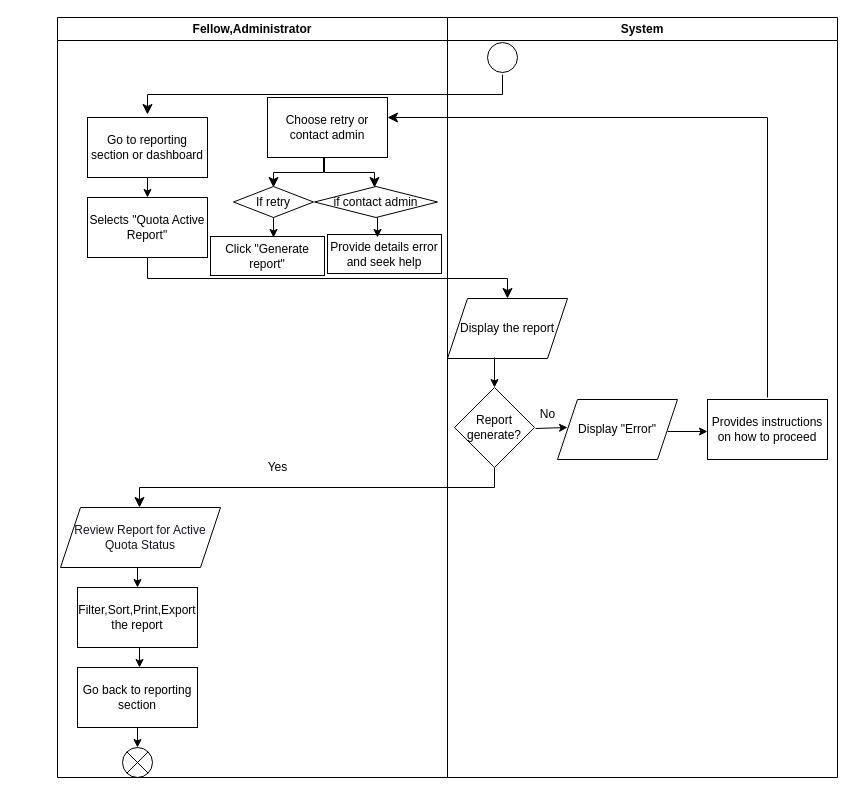
The draw.io diagram project/drawio/stakeholder/activity diagram/uc10.drawio in drshahizan/software-engineering, before the edit. Source tidied: cells renumbered, new cells numbered last; positions are measured from the earlier drawing's top-left corner, leaving out a move shared by most shapes. Both pictures are drawn from the tidied source at 100%, with x=0, y=0 at pixel (57, 17).
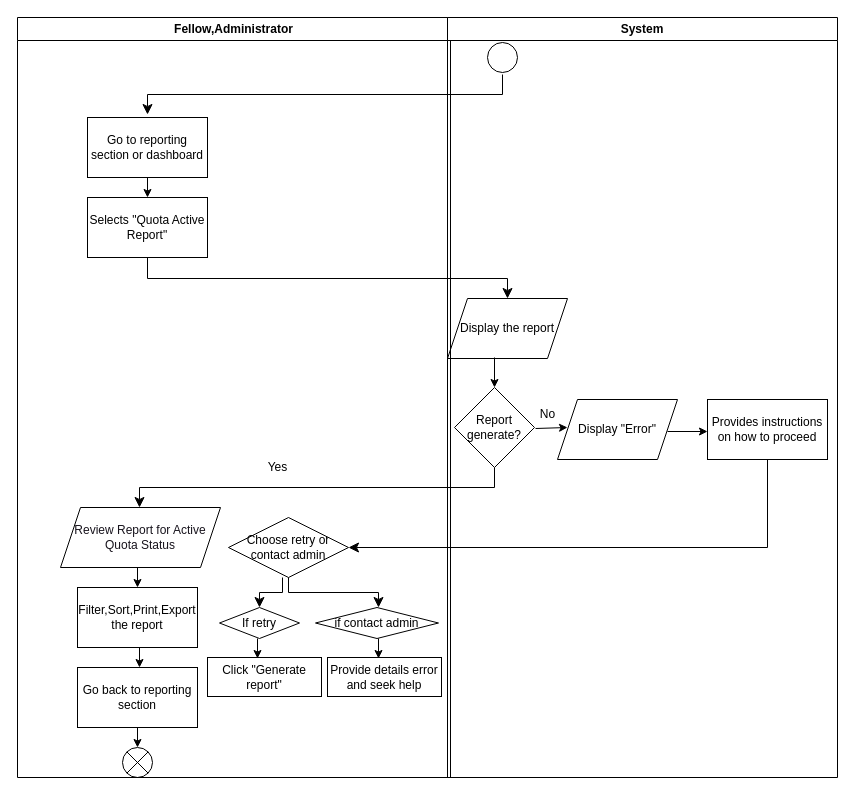
After the change.

Unchanged cells that the change refers to:
```xml
<mxCell id="24" value="Provides instructions on how to proceed" style="rounded=0;whiteSpace=wrap;html=1;" parent="1" vertex="1">
  <mxGeometry x="650" y="382" width="120" height="60" as="geometry" />
</mxCell>
```

Change to the diagram source:
```diff
@@
-    <mxCell id="25" style="edgeStyle=elbowEdgeStyle;elbow=vertical;endArrow=classic;html=1;curved=0;rounded=0;endSize=8;startSize=8;" parent="1" edge="1">
-      <mxGeometry relative="1" as="geometry">
-        <mxPoint x="710" y="380" as="sourcePoint" />
-        <mxPoint x="330" y="100" as="targetPoint" />
-        <Array as="points">
-          <mxPoint x="520" y="100" />
-        </Array>
-      </mxGeometry>
-    </mxCell>
+    <mxCell id="35" value="Fellow,Administrator" style="swimlane;whiteSpace=wrap;html=1;" parent="1" vertex="1">
+      <mxGeometry x="-40" width="433" height="760" as="geometry" />
+    </mxCell>
-    <mxCell id="26" value="Choose retry or contact admin" style="rounded=0;whiteSpace=wrap;html=1;" parent="1" vertex="1">
-      <mxGeometry x="210" y="80" width="120" height="60" as="geometry" />
+    <mxCell id="26" value="Choose retry or contact admin" style="rhombus;whiteSpace=wrap;html=1;fontFamily=Helvetica;fontSize=12;fontColor=default;align=center;strokeColor=default;fillColor=default;" parent="35" vertex="1">
+      <mxGeometry x="211" y="500" width="120" height="60" as="geometry" />
     </mxCell>
-    <mxCell id="27" style="edgeStyle=elbowEdgeStyle;elbow=vertical;endArrow=classic;html=1;curved=0;rounded=0;endSize=8;startSize=8;" parent="1" edge="1">
+    <mxCell id="27" style="edgeStyle=elbowEdgeStyle;elbow=vertical;endArrow=classic;html=1;curved=0;rounded=0;endSize=8;startSize=8;entryX=0.375;entryY=0;entryDx=0;entryDy=0;entryPerimeter=0;" parent="35" edge="1">
       <mxGeometry relative="1" as="geometry">
-        <mxPoint x="266" y="140" as="sourcePoint" />
-        <mxPoint x="216" y="170" as="targetPoint" />
+        <mxPoint x="265" y="560" as="sourcePoint" />
+        <mxPoint x="242" y="590" as="targetPoint" />
       </mxGeometry>
     </mxCell>
-    <mxCell id="28" style="edgeStyle=elbowEdgeStyle;elbow=vertical;endArrow=classic;html=1;curved=0;rounded=0;endSize=8;startSize=8;" parent="1" edge="1">
+    <mxCell id="28" style="edgeStyle=elbowEdgeStyle;elbow=vertical;endArrow=classic;html=1;curved=0;rounded=0;endSize=8;startSize=8;exitX=0.5;exitY=1;exitDx=0;exitDy=0;" parent="35" edge="1" source="26">
       <mxGeometry relative="1" as="geometry">
-        <mxPoint x="267" y="140" as="sourcePoint" />
-        <mxPoint x="317" y="170" as="targetPoint" />
+        <mxPoint x="361" y="590" as="targetPoint" />
       </mxGeometry>
     </mxCell>
-    <mxCell id="29" value="If retry" style="rhombus;whiteSpace=wrap;html=1;" parent="1" vertex="1">
-      <mxGeometry x="176" y="169" width="80" height="31" as="geometry" />
+    <mxCell id="29" value="If retry" style="rhombus;whiteSpace=wrap;html=1;" parent="35" vertex="1">
+      <mxGeometry x="202" y="590" width="80" height="31" as="geometry" />
     </mxCell>
+    <mxCell id="32" value="Click &quot;Generate report&quot;" style="rounded=0;whiteSpace=wrap;html=1;" parent="35" vertex="1">
+      <mxGeometry x="190" y="640" width="114" height="39" as="geometry" />
+    </mxCell>
+    <mxCell id="31" style="endArrow=classic;html=1;" parent="35" edge="1">
+      <mxGeometry relative="1" as="geometry">
+        <mxPoint x="240" y="621" as="sourcePoint" />
+        <mxPoint x="240" y="641" as="targetPoint" />
+      </mxGeometry>
+    </mxCell>
-    <mxCell id="30" value="if contact admin" style="rhombus;whiteSpace=wrap;html=1;" parent="1" vertex="1">
-      <mxGeometry x="257" y="169" width="123" height="31" as="geometry" />
+    <mxCell id="30" value="if contact admin" style="rhombus;whiteSpace=wrap;html=1;" parent="35" vertex="1">
+      <mxGeometry x="298" y="590" width="123" height="31" as="geometry" />
     </mxCell>
-    <mxCell id="31" style="endArrow=classic;html=1;" parent="1" edge="1">
-      <mxGeometry relative="1" as="geometry">
-        <mxPoint x="216" y="200" as="sourcePoint" />
-        <mxPoint x="216" y="220" as="targetPoint" />
-      </mxGeometry>
-    </mxCell>
-    <mxCell id="32" value="Click &quot;Generate report&quot;" style="rounded=0;whiteSpace=wrap;html=1;" parent="1" vertex="1">
-      <mxGeometry x="153" y="219" width="114" height="39" as="geometry" />
-    </mxCell>
-    <mxCell id="33" value="Provide details error and seek help" style="rounded=0;whiteSpace=wrap;html=1;" parent="1" vertex="1">
-      <mxGeometry x="270" y="217" width="114" height="39" as="geometry" />
+    <mxCell id="33" value="Provide details error and seek help" style="rounded=0;whiteSpace=wrap;html=1;" parent="35" vertex="1">
+      <mxGeometry x="310" y="640" width="114" height="39" as="geometry" />
     </mxCell>
-    <mxCell id="34" style="endArrow=classic;html=1;" parent="1" edge="1">
+    <mxCell id="34" style="endArrow=classic;html=1;" parent="35" edge="1">
       <mxGeometry relative="1" as="geometry">
-        <mxPoint x="320" y="200" as="sourcePoint" />
-        <mxPoint x="320" y="220" as="targetPoint" />
+        <mxPoint x="361" y="621" as="sourcePoint" />
+        <mxPoint x="361" y="641" as="targetPoint" />
       </mxGeometry>
     </mxCell>
-    <mxCell id="35" value="Fellow,Administrator" style="swimlane;whiteSpace=wrap;html=1;" parent="1" vertex="1">
-      <mxGeometry width="390" height="760" as="geometry" />
-    </mxCell>
@@
+    <mxCell id="25" style="edgeStyle=elbowEdgeStyle;elbow=vertical;endArrow=classic;html=1;curved=0;rounded=0;endSize=8;startSize=8;entryX=1;entryY=0.5;entryDx=0;entryDy=0;" parent="1" edge="1" source="24" target="26">
+      <mxGeometry relative="1" as="geometry">
+        <Array as="points">
+          <mxPoint x="520" y="530" />
+        </Array>
+      </mxGeometry>
+    </mxCell>
```
